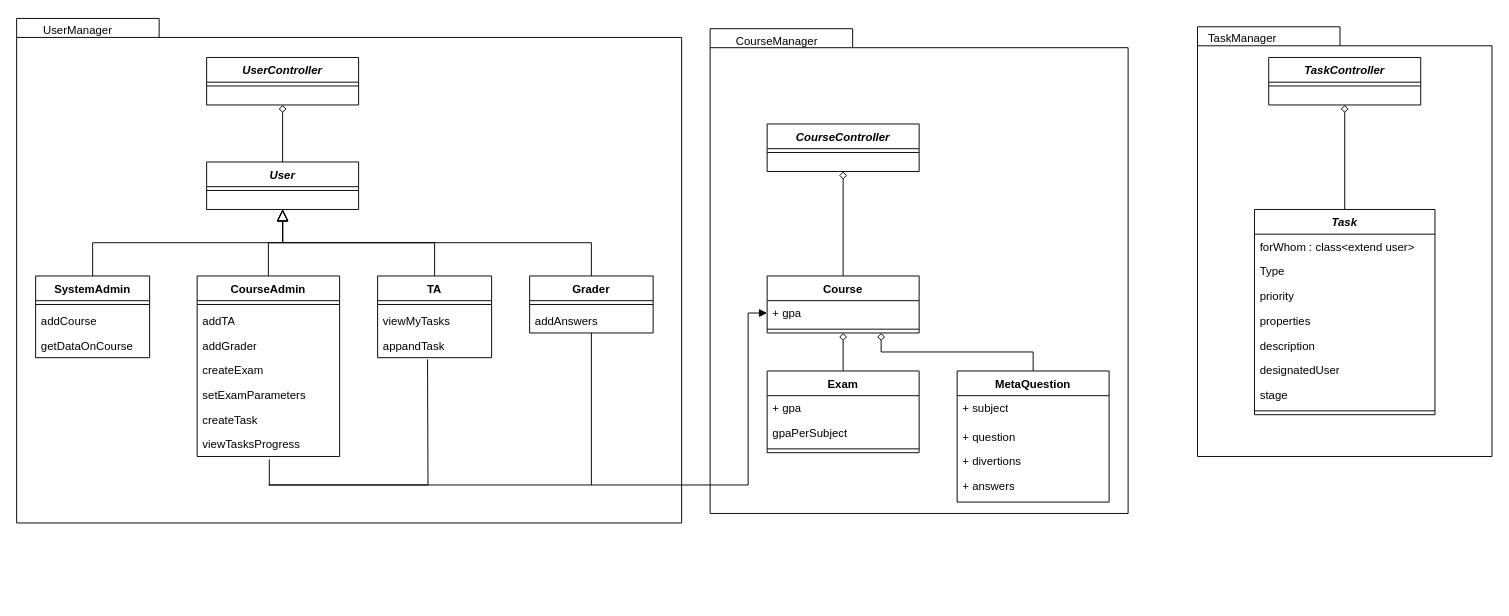
Before: page "Page-1" (1 of 2) of docs/diagram.drawio in RoiTief/Exam-Management-System, a draw.io diagram. Source tidied: cells renumbered, new cells numbered last; positions are measured from the earlier drawing's top-left corner, leaving out a move shared by most shapes. Both pictures are drawn from the tidied source at 95%, with x=0, y=0 at pixel (16, 16).
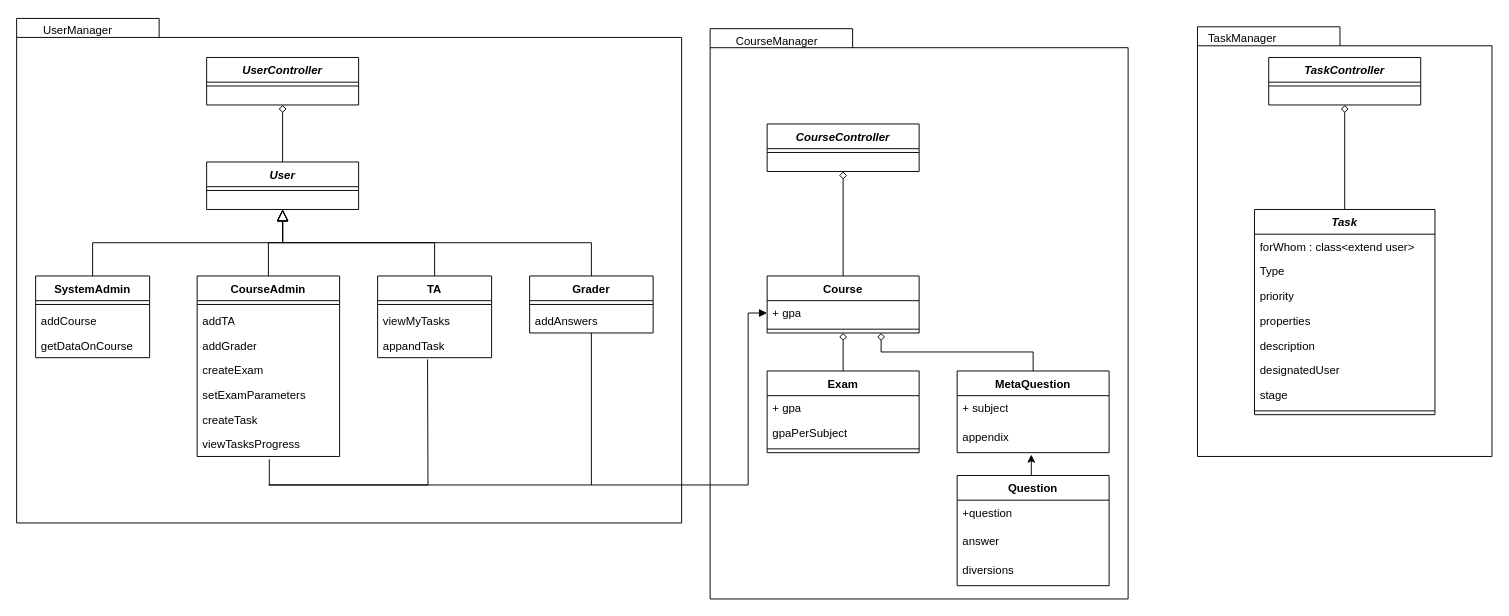
Above is the later version.

The edit, as a diff of the source:
```diff
@@
     <mxCell id="3" style="shape=folder;fontStyle=1;spacingTop=10;tabWidth=150;tabHeight=20;tabPosition=left;html=1;whiteSpace=wrap;" parent="1" vertex="1">
-      <mxGeometry x="730" y="12.7" width="440" height="510.3" as="geometry" />
+      <mxGeometry x="730" y="12.7" width="440" height="600.3" as="geometry" />
     </mxCell>
@@
     <mxCell id="63" value="MetaQuestion" style="swimlane;fontStyle=1;align=center;verticalAlign=top;horizontal=1;startSize=26;whiteSpace=wrap;html=1;" parent="1" vertex="1">
-      <mxGeometry x="990" y="373" width="160" height="138" as="geometry" />
+      <mxGeometry x="990" y="373" width="160" height="86" as="geometry" />
     </mxCell>
@@
-    <mxCell id="65" value="+ question" style="text;strokeColor=none;fillColor=none;align=left;verticalAlign=top;spacingLeft=4;spacingRight=4;overflow=hidden;whiteSpace=wrap;html=1;" parent="63" vertex="1">
-      <mxGeometry y="56" width="160" height="26" as="geometry" />
-    </mxCell>
-    <mxCell id="66" value="+ divertions" style="text;strokeColor=none;fillColor=none;align=left;verticalAlign=top;spacingLeft=4;spacingRight=4;overflow=hidden;whiteSpace=wrap;html=1;" parent="63" vertex="1">
-      <mxGeometry y="82" width="160" height="26" as="geometry" />
-    </mxCell>
-    <mxCell id="67" value="+ answers" style="text;strokeColor=none;fillColor=none;align=left;verticalAlign=top;spacingLeft=4;spacingRight=4;overflow=hidden;whiteSpace=wrap;html=1;" parent="63" vertex="1">
-      <mxGeometry y="108" width="160" height="30" as="geometry" />
-    </mxCell>
+    <mxCell id="69" value="appendix" style="text;strokeColor=none;fillColor=none;align=left;verticalAlign=top;spacingLeft=4;spacingRight=4;overflow=hidden;points=[[0,0.5],[1,0.5]];portConstraint=eastwest;whiteSpace=wrap;html=1;" parent="63" vertex="1">
+      <mxGeometry y="56" width="160" height="30" as="geometry" />
+    </mxCell>
@@
+    <mxCell id="70" value="Question" style="swimlane;fontStyle=1;align=center;verticalAlign=top;horizontal=1;startSize=26;whiteSpace=wrap;html=1;" parent="1" vertex="1">
+      <mxGeometry x="990" y="483" width="160" height="116" as="geometry" />
+    </mxCell>
+    <mxCell id="71" value="+question" style="text;strokeColor=none;fillColor=none;align=left;verticalAlign=top;spacingLeft=4;spacingRight=4;overflow=hidden;whiteSpace=wrap;html=1;" parent="70" vertex="1">
+      <mxGeometry y="26" width="160" height="30" as="geometry" />
+    </mxCell>
+    <mxCell id="72" value="answer" style="text;strokeColor=none;fillColor=none;align=left;verticalAlign=top;spacingLeft=4;spacingRight=4;overflow=hidden;whiteSpace=wrap;html=1;" parent="70" vertex="1">
+      <mxGeometry y="56" width="160" height="30" as="geometry" />
+    </mxCell>
+    <mxCell id="73" value="diversions" style="text;strokeColor=none;fillColor=none;align=left;verticalAlign=top;spacingLeft=4;spacingRight=4;overflow=hidden;whiteSpace=wrap;html=1;" parent="70" vertex="1">
+      <mxGeometry y="86" width="160" height="30" as="geometry" />
+    </mxCell>
+    <mxCell id="74" style="edgeStyle=orthogonalEdgeStyle;rounded=0;jettySize=auto;html=1;exitX=0.5;exitY=0;exitDx=0;exitDy=0;entryX=0.488;entryY=1.067;entryDx=0;entryDy=0;entryPerimeter=0;" parent="1" edge="1" source="70" target="69">
+      <mxGeometry relative="1" as="geometry" />
+    </mxCell>
```
